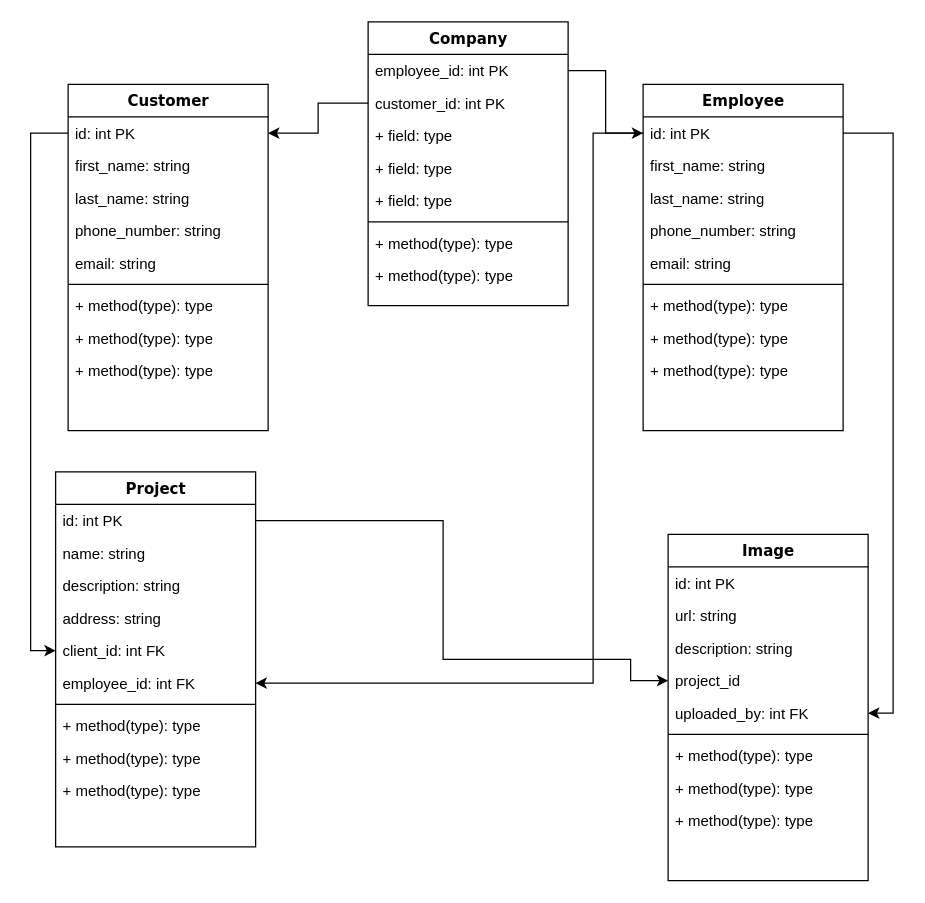
This is construction software UML diagram.drawio from ZachKano/construction_software, a draw.io file, before an edit. Source tidied: cells renumbered, new cells numbered last; positions are measured from the earlier drawing's top-left corner, leaving out a move shared by most shapes. Both pictures are drawn from the tidied source at 125%, with x=0, y=0 at pixel (55, 21).
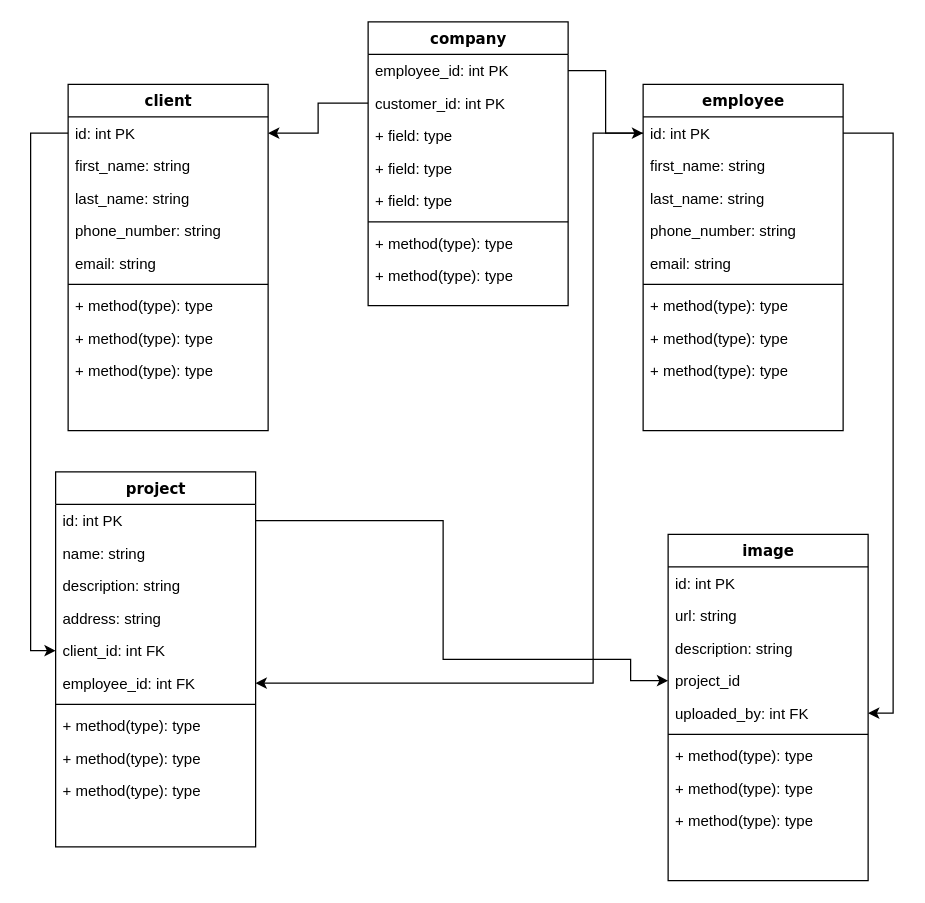
After the change.

Diff of the diagram source:
```diff
@@
-    <mxCell id="2" value="Company" style="swimlane;html=1;fontStyle=1;align=center;verticalAlign=top;horizontal=1;startSize=26;swimlaneFillColor=#ffffff;rounded=0;shadow=0;comic=0;labelBackgroundColor=none;strokeWidth=1;fillColor=none;fontFamily=Verdana;fontSize=12;" parent="1" vertex="1">
+    <mxCell id="2" value="company" style="swimlane;html=1;fontStyle=1;align=center;verticalAlign=top;horizontal=1;startSize=26;swimlaneFillColor=#ffffff;rounded=0;shadow=0;comic=0;labelBackgroundColor=none;strokeWidth=1;fillColor=none;fontFamily=Verdana;fontSize=12;" parent="1" vertex="1">
       <mxGeometry x="250" width="160" height="227" as="geometry" />
     </mxCell>
@@
-    <mxCell id="11" value="Employee" style="swimlane;html=1;fontStyle=1;align=center;verticalAlign=top;horizontal=1;startSize=26;swimlaneFillColor=#ffffff;rounded=0;shadow=0;comic=0;labelBackgroundColor=none;strokeWidth=1;fillColor=none;fontFamily=Verdana;fontSize=12;" parent="1" vertex="1">
+    <mxCell id="11" value="employee" style="swimlane;html=1;fontStyle=1;align=center;verticalAlign=top;horizontal=1;startSize=26;swimlaneFillColor=#ffffff;rounded=0;shadow=0;comic=0;labelBackgroundColor=none;strokeWidth=1;fillColor=none;fontFamily=Verdana;fontSize=12;" parent="1" vertex="1">
       <mxGeometry x="470" y="50" width="160" height="277" as="geometry" />
     </mxCell>
@@
-    <mxCell id="21" value="Project" style="swimlane;html=1;fontStyle=1;align=center;verticalAlign=top;horizontal=1;startSize=26;swimlaneFillColor=#ffffff;rounded=0;shadow=0;comic=0;labelBackgroundColor=none;strokeWidth=1;fillColor=none;fontFamily=Verdana;fontSize=12;" parent="1" vertex="1">
+    <mxCell id="21" value="project" style="swimlane;html=1;fontStyle=1;align=center;verticalAlign=top;horizontal=1;startSize=26;swimlaneFillColor=#ffffff;rounded=0;shadow=0;comic=0;labelBackgroundColor=none;strokeWidth=1;fillColor=none;fontFamily=Verdana;fontSize=12;" parent="1" vertex="1">
       <mxGeometry y="360" width="160" height="300" as="geometry" />
     </mxCell>
@@
-    <mxCell id="33" value="Customer" style="swimlane;html=1;fontStyle=1;align=center;verticalAlign=top;horizontal=1;startSize=26;swimlaneFillColor=#ffffff;rounded=0;shadow=0;comic=0;labelBackgroundColor=none;strokeWidth=1;fillColor=none;fontFamily=Verdana;fontSize=12;" parent="1" vertex="1">
+    <mxCell id="33" value="client" style="swimlane;html=1;fontStyle=1;align=center;verticalAlign=top;horizontal=1;startSize=26;swimlaneFillColor=#ffffff;rounded=0;shadow=0;comic=0;labelBackgroundColor=none;strokeWidth=1;fillColor=none;fontFamily=Verdana;fontSize=12;" parent="1" vertex="1">
       <mxGeometry x="10" y="50" width="160" height="277" as="geometry" />
     </mxCell>
@@
-    <mxCell id="46" value="Image" style="swimlane;html=1;fontStyle=1;align=center;verticalAlign=top;horizontal=1;startSize=26;swimlaneFillColor=#ffffff;rounded=0;shadow=0;comic=0;labelBackgroundColor=none;strokeWidth=1;fillColor=none;fontFamily=Verdana;fontSize=12;" parent="1" vertex="1">
+    <mxCell id="46" value="image" style="swimlane;html=1;fontStyle=1;align=center;verticalAlign=top;horizontal=1;startSize=26;swimlaneFillColor=#ffffff;rounded=0;shadow=0;comic=0;labelBackgroundColor=none;strokeWidth=1;fillColor=none;fontFamily=Verdana;fontSize=12;" parent="1" vertex="1">
       <mxGeometry x="490" y="410" width="160" height="277" as="geometry" />
     </mxCell>
```
